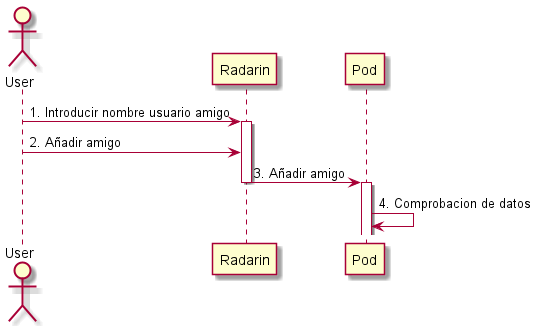
Above: webapp/docs/images/add_friend.png in Arquisoft/radarin_es6b (PlantUML), before the change.
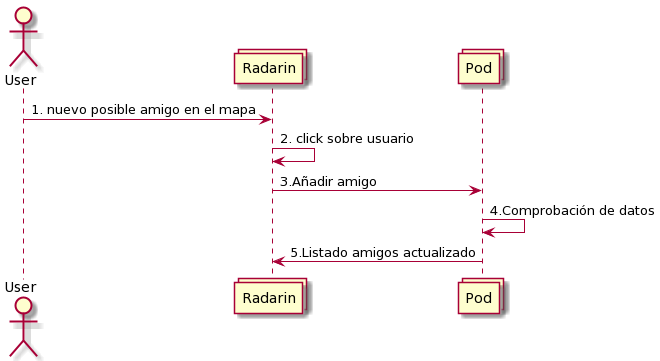
The same file after the commit.

Commit message:
Actualizacion pto.6 documentacion

The edit, as a diff of the source:
```diff
@@ -1,10 +1,10 @@
 @startuml
 actor User
-User -> Radarin: 1. Introducir nombre usuario amigo
-activate Radarin
-User -> Radarin: 2. Añadir amigo
-Radarin -> Pod: 3. Añadir amigo
-deactivate Radarin
-activate Pod
-Pod -> Pod: 4. Comprobacion de datos
+collections Radarin
+collections Pod
+User-> Radarin : 1. nuevo posible amigo en el mapa
+Radarin -> Radarin : 2. click sobre usuario
+Radarin -> Pod : 3.Añadir amigo
+Pod -> Pod : 4.Comprobación de datos
+Pod -> Radarin : 5.Listado amigos actualizado
 @enduml
```
